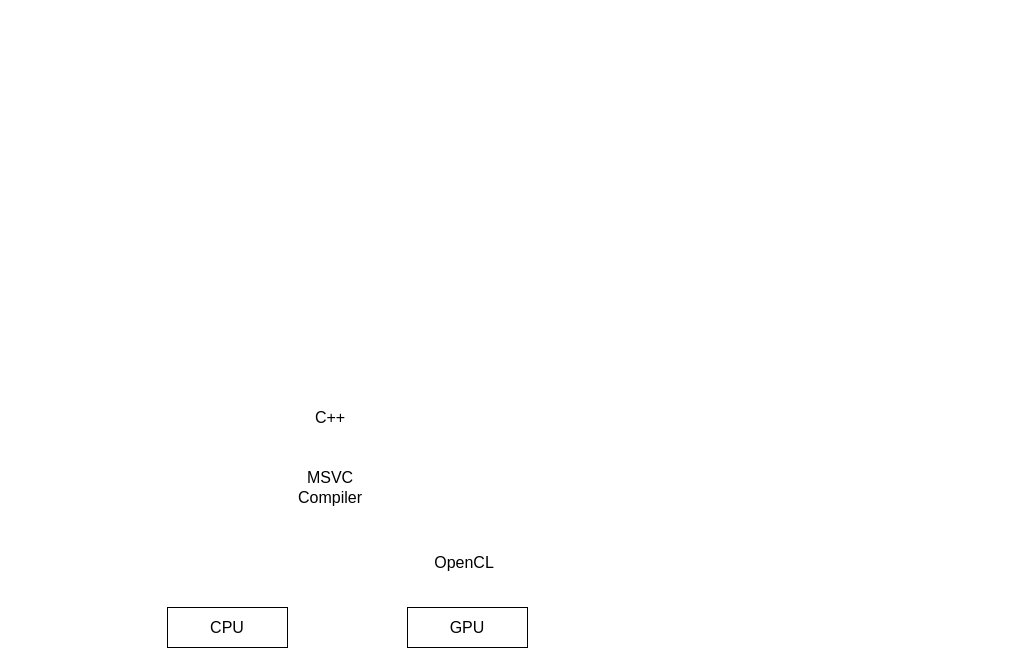
SolomonBaarda/fractal-geometry-renderer keeps this draw.io diagram as Deliverable 2/High level architecture.drawio. Above is the earlier version. Source tidied: cells renumbered, new cells numbered last; positions are measured from the earlier drawing's top-left corner, leaving out a move shared by most shapes. Both pictures are drawn from the tidied source at 100%, with x=0, y=0 at pixel (167, 387).
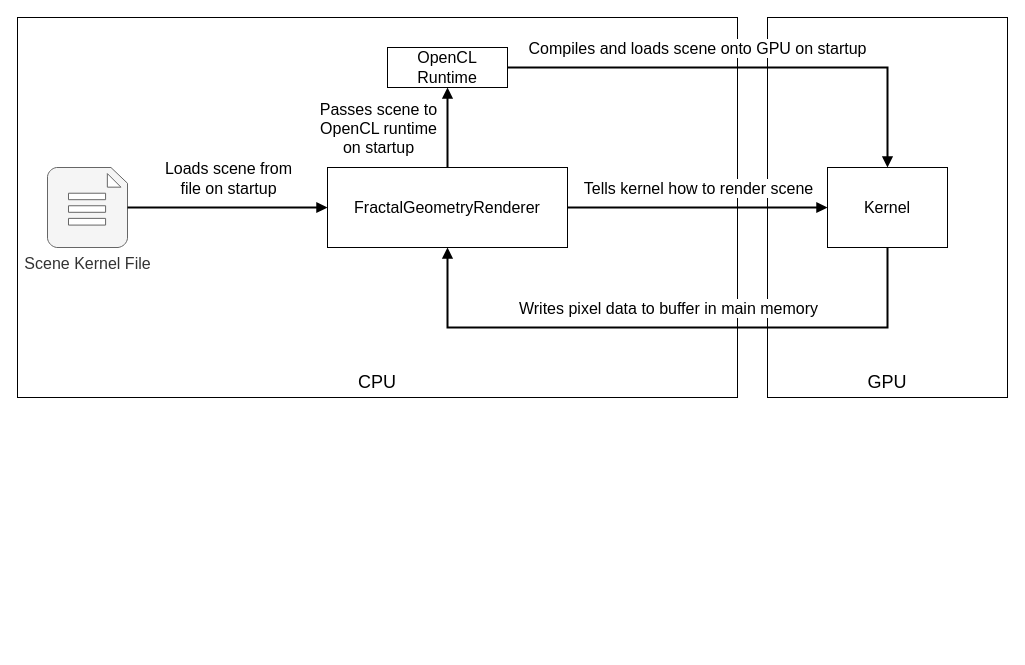
Above is the later version.

The edit, as a diff of the source:
```diff
@@
+    <mxCell id="7" style="rounded=0;whiteSpace=wrap;html=1;fontSize=16;fillColor=none;" parent="1" vertex="1">
+      <mxGeometry x="600" y="-370" width="240" height="380" as="geometry" />
+    </mxCell>
+    <mxCell id="8" style="rounded=0;whiteSpace=wrap;html=1;fontSize=16;fillColor=none;" parent="1" vertex="1">
+      <mxGeometry x="-150" y="-370" width="720" height="380" as="geometry" />
+    </mxCell>
+    <mxCell id="9" value="Scene Kernel File" style="verticalLabelPosition=bottom;html=1;verticalAlign=top;align=center;strokeColor=#666666;fillColor=#f5f5f5;shape=mxgraph.azure.file_2;fontColor=#333333;fontSize=16;" parent="1" vertex="1">
+      <mxGeometry x="-120" y="-220" width="80" height="80" as="geometry" />
+    </mxCell>
+    <mxCell id="10" value="OpenCL Runtime" style="rounded=0;whiteSpace=wrap;html=1;fontSize=16;" parent="1" vertex="1">
+      <mxGeometry x="220" y="-340" width="120" height="40" as="geometry" />
+    </mxCell>
+    <mxCell id="11" value="FractalGeometryRenderer" style="rounded=0;whiteSpace=wrap;html=1;fontSize=16;" parent="1" vertex="1">
+      <mxGeometry x="160" y="-220" width="240" height="80" as="geometry" />
+    </mxCell>
+    <mxCell id="12" style="endArrow=block;html=1;rounded=0;fontSize=16;strokeWidth=2;endFill=1;exitX=1;exitY=0.5;exitDx=0;exitDy=0;exitPerimeter=0;" parent="1" edge="1" source="9" target="11">
+      <mxGeometry relative="1" as="geometry" />
+    </mxCell>
+    <mxCell id="13" value="Loads scene from &lt;br&gt;file on startup" style="edgeLabel;html=1;align=center;verticalAlign=middle;fontSize=16;" parent="12" vertex="1">
+      <mxGeometry x="-0.33" y="1" relative="1" as="geometry">
+        <mxPoint x="33" y="-29" as="offset" />
+      </mxGeometry>
+    </mxCell>
+    <mxCell id="14" style="endArrow=block;html=1;rounded=0;fontSize=16;strokeWidth=2;endFill=1;" parent="1" edge="1" source="11" target="10">
+      <mxGeometry relative="1" as="geometry" />
+    </mxCell>
+    <mxCell id="15" value="Passes scene to &lt;br&gt;OpenCL runtime&lt;br&gt;on startup" style="edgeLabel;html=1;align=center;verticalAlign=middle;fontSize=16;" parent="14" vertex="1">
+      <mxGeometry x="-0.18" y="1" relative="1" as="geometry">
+        <mxPoint x="-69" y="-7" as="offset" />
+      </mxGeometry>
+    </mxCell>
+    <mxCell id="16" style="endArrow=block;html=1;rounded=0;fontSize=16;strokeWidth=2;endFill=1;" parent="1" edge="1" source="11" target="20">
+      <mxGeometry relative="1" as="geometry" />
+    </mxCell>
+    <mxCell id="17" value="Tells kernel&amp;nbsp;how to render scene" style="edgeLabel;html=1;align=center;verticalAlign=middle;fontSize=16;" parent="16" vertex="1">
+      <mxGeometry x="-0.17" y="2" relative="1" as="geometry">
+        <mxPoint x="22" y="-18" as="offset" />
+      </mxGeometry>
+    </mxCell>
+    <mxCell id="18" style="endArrow=block;html=1;rounded=0;fontSize=16;strokeWidth=2;endFill=1;" parent="1" edge="1" source="10" target="20">
+      <mxGeometry relative="1" as="geometry">
+        <Array as="points">
+          <mxPoint x="720" y="-320" />
+        </Array>
+      </mxGeometry>
+    </mxCell>
+    <mxCell id="19" value="Compiles and loads scene onto GPU on startup" style="edgeLabel;html=1;align=center;verticalAlign=middle;fontSize=16;" parent="18" vertex="1">
+      <mxGeometry x="-0.13" y="-1" relative="1" as="geometry">
+        <mxPoint x="-20" y="-21" as="offset" />
+      </mxGeometry>
+    </mxCell>
+    <mxCell id="20" value="Kernel" style="rounded=0;whiteSpace=wrap;html=1;fontSize=16;" parent="1" vertex="1">
+      <mxGeometry x="660" y="-220" width="120" height="80" as="geometry" />
+    </mxCell>
+    <mxCell id="21" style="endArrow=block;html=1;rounded=0;fontSize=16;strokeWidth=2;endFill=1;" parent="1" edge="1" source="20" target="11">
+      <mxGeometry relative="1" as="geometry">
+        <Array as="points">
+          <mxPoint x="720" y="-60" />
+          <mxPoint x="280" y="-60" />
+        </Array>
+      </mxGeometry>
+    </mxCell>
+    <mxCell id="22" value="Writes pixel data to buffer in main memory" style="edgeLabel;html=1;align=center;verticalAlign=middle;fontSize=16;" parent="21" vertex="1">
+      <mxGeometry x="-0.17" y="2" relative="1" as="geometry">
+        <mxPoint x="-51" y="-22" as="offset" />
+      </mxGeometry>
+    </mxCell>
-    <mxCell id="2" value="CPU" style="rounded=0;whiteSpace=wrap;html=1;fontSize=16;" parent="1" vertex="1">
-      <mxGeometry y="220" width="120" height="40" as="geometry" />
+    <mxCell id="2" value="&lt;font style=&quot;font-size: 18px&quot;&gt;CPU&lt;/font&gt;" style="text;html=1;strokeColor=none;fillColor=none;align=center;verticalAlign=middle;whiteSpace=wrap;rounded=0;fontSize=16;" parent="1" vertex="1">
+      <mxGeometry x="180" y="-20" width="60" height="30" as="geometry" />
     </mxCell>
-    <mxCell id="3" value="GPU" style="rounded=0;whiteSpace=wrap;html=1;fontSize=16;" parent="1" vertex="1">
-      <mxGeometry x="240" y="220" width="120" height="40" as="geometry" />
+    <mxCell id="3" value="&lt;font style=&quot;font-size: 18px&quot;&gt;GPU&lt;/font&gt;" style="text;html=1;strokeColor=none;fillColor=none;align=center;verticalAlign=middle;whiteSpace=wrap;rounded=0;fontSize=16;" parent="1" vertex="1">
+      <mxGeometry x="690" y="-20" width="60" height="30" as="geometry" />
     </mxCell>
-    <mxCell id="4" value="C++" style="text;html=1;strokeColor=none;fillColor=none;align=center;verticalAlign=middle;whiteSpace=wrap;rounded=0;fontSize=16;" parent="1" vertex="1">
-      <mxGeometry x="120" width="86" height="60" as="geometry" />
-    </mxCell>
-    <mxCell id="5" value="MSVC Compiler" style="text;html=1;strokeColor=none;fillColor=none;align=center;verticalAlign=middle;whiteSpace=wrap;rounded=0;fontSize=16;" parent="1" vertex="1">
-      <mxGeometry x="120" y="70" width="86" height="60" as="geometry" />
-    </mxCell>
-    <mxCell id="6" value="OpenCL" style="text;html=1;strokeColor=none;fillColor=none;align=center;verticalAlign=middle;whiteSpace=wrap;rounded=0;fontSize=16;" parent="1" vertex="1">
-      <mxGeometry x="254" y="145" width="86" height="60" as="geometry" />
-    </mxCell>
```
